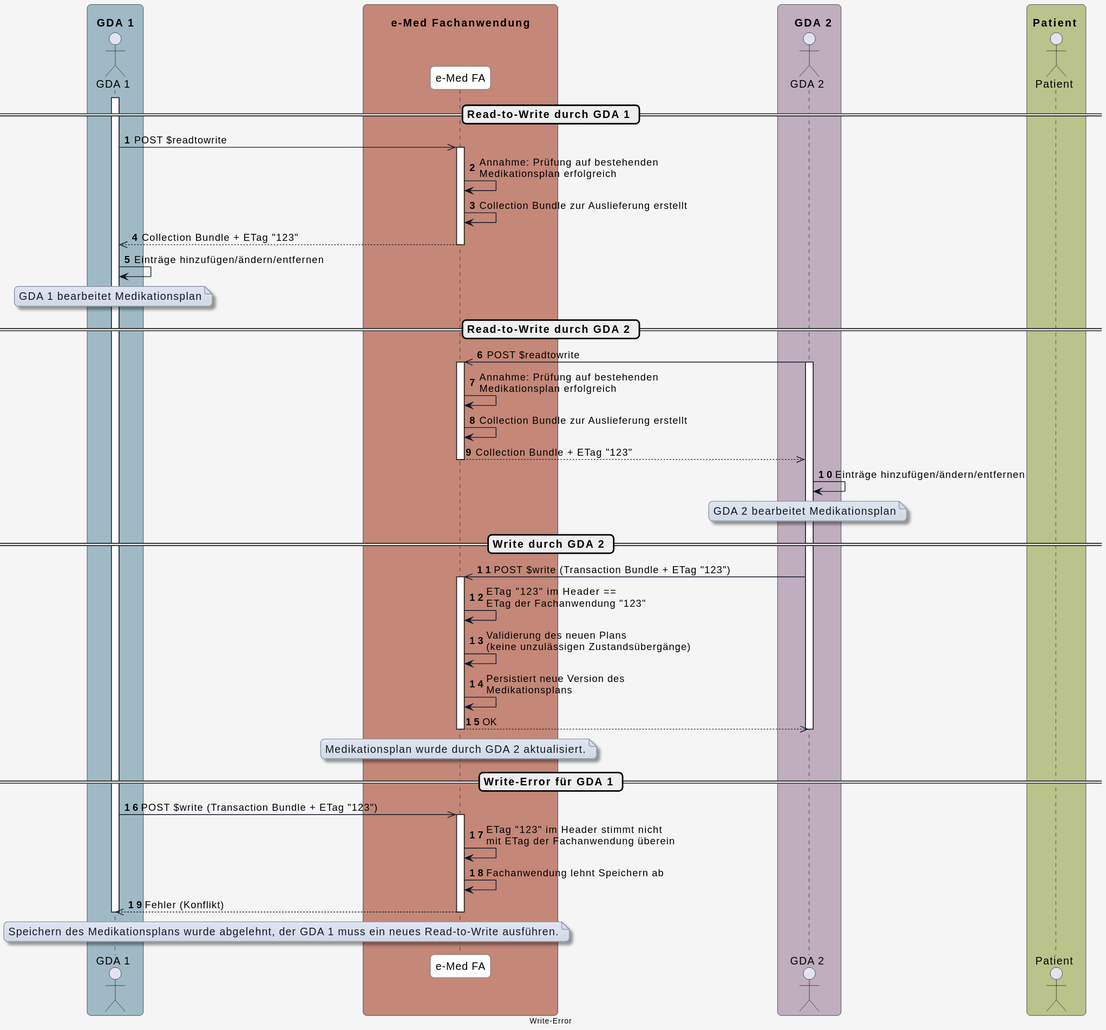
Above: input/images/plantuml/diagram_write_error.svg in HL7Austria/ELGA-e-Medikation-R4 (PlantUML), before the change.
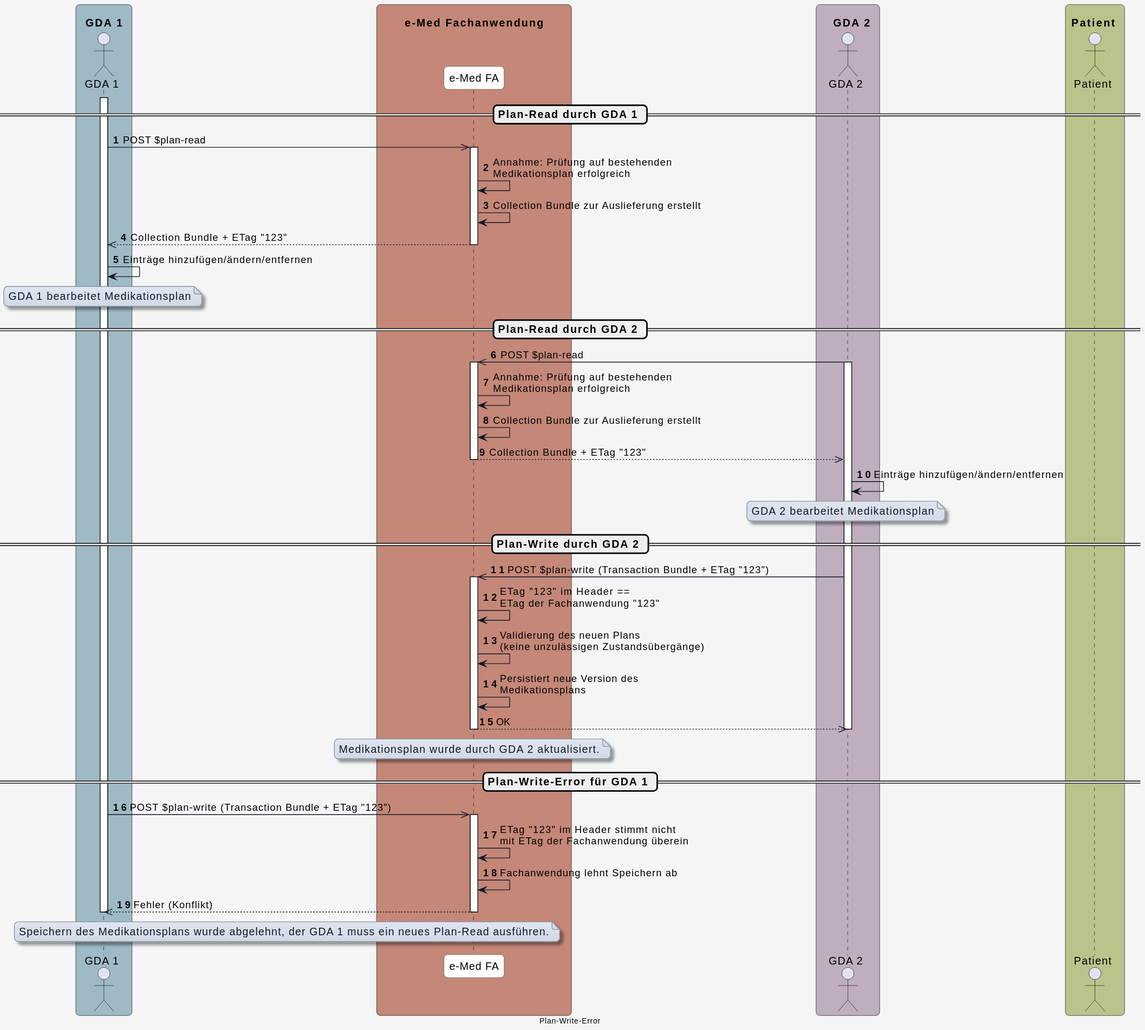
Later version of the same file.

What changed in the source:
```diff
@@ -58,9 +58,9 @@
 autonumber
 
 
-== Read-to-Write durch GDA 1 ==
+== Plan-Read durch GDA 1 ==
 activate GDA_1
-GDA_1 ->> eMed_FA: POST $readtowrite
+GDA_1 ->> eMed_FA: POST $plan-read
 
 activate eMed_FA
 eMed_FA -> eMed_FA: Annahme: Prüfung auf bestehenden\nMedikationsplan erfolgreich
@@ -75,9 +75,9 @@
 GDA 1 bearbeitet Medikationsplan
 end note
 
-== Read-to-Write durch GDA 2 ==
+== Plan-Read durch GDA 2 ==
 
-GDA_2 ->> eMed_FA: POST $readtowrite
+GDA_2 ->> eMed_FA: POST $plan-read
 activate GDA_2
 
 activate eMed_FA
@@ -93,9 +93,9 @@
 GDA 2 bearbeitet Medikationsplan
 end note
 
-== Write durch GDA 2 ==
+== Plan-Write durch GDA 2 ==
 
-GDA_2 ->> eMed_FA: POST $write (Transaction Bundle + ETag "123")
+GDA_2 ->> eMed_FA: POST $plan-write (Transaction Bundle + ETag "123")
 
 activate eMed_FA
 eMed_FA -> eMed_FA: ETag "123" im Header ==\nETag der Fachanwendung "123"
@@ -110,9 +110,9 @@
 
 deactivate eMed_FA
 
-== Write-Error für GDA 1 ==
+== Plan-Write-Error für GDA 1 ==
 
-GDA_1 ->> eMed_FA: POST $write (Transaction Bundle + ETag "123")
+GDA_1 ->> eMed_FA: POST $plan-write (Transaction Bundle + ETag "123")
 
 activate eMed_FA
 eMed_FA -> eMed_FA: ETag "123" im Header stimmt nicht\nmit ETag der Fachanwendung überein
@@ -120,10 +120,10 @@
 eMed_FA -->> GDA_1: Fehler (Konflikt)
 deactivate GDA_1
 note over eMed_FA, GDA_1
-Speichern des Medikationsplans wurde abgelehnt, der GDA 1 muss ein neues Read-to-Write ausführen.
+Speichern des Medikationsplans wurde abgelehnt, der GDA 1 muss ein neues Plan-Read ausführen.
 end note
 
 deactivate eMed_FA
 
-center footer Write-Error
+center footer Plan-Write-Error
 @enduml
```
